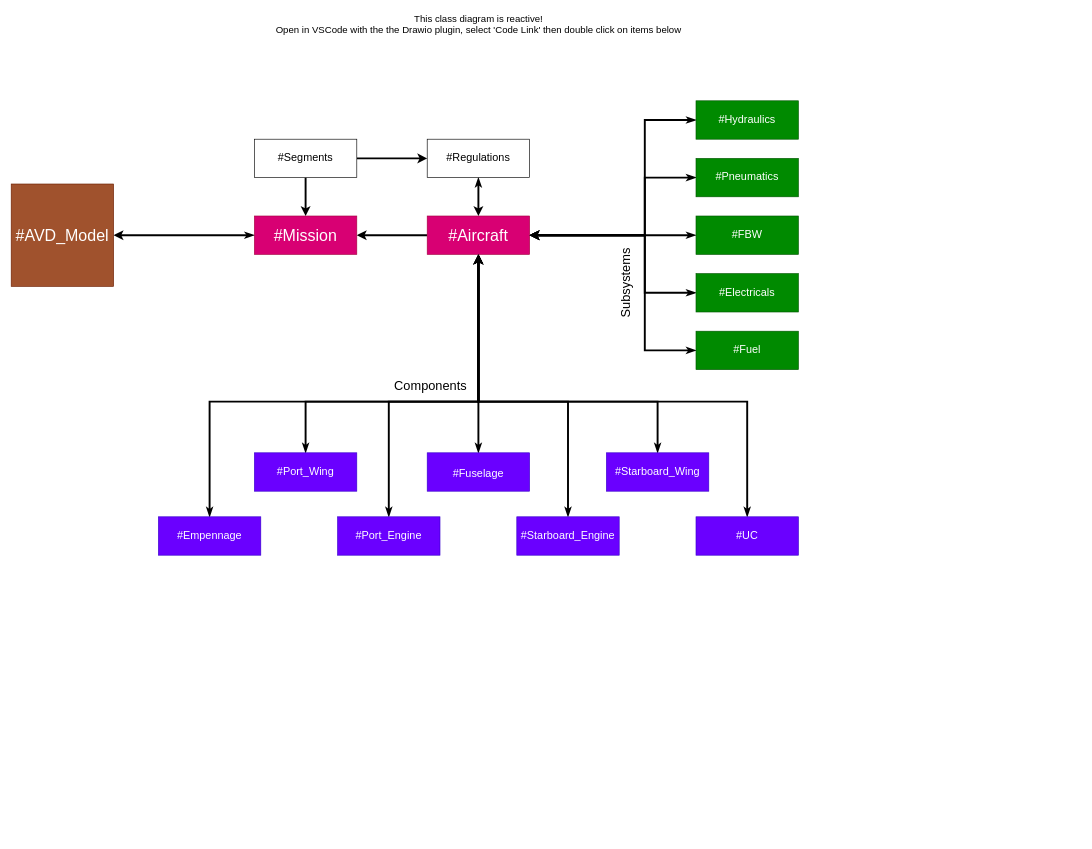
This is pyavd/Models/Outline.drawio from AVD-2021/PyAVD, a draw.io file, before an edit. Source tidied: cells renumbered, new cells numbered last; positions are measured from the earlier drawing's top-left corner, leaving out a move shared by most shapes. Both pictures are drawn from the tidied source at 64%, with x=0, y=0 at pixel (11, 11).
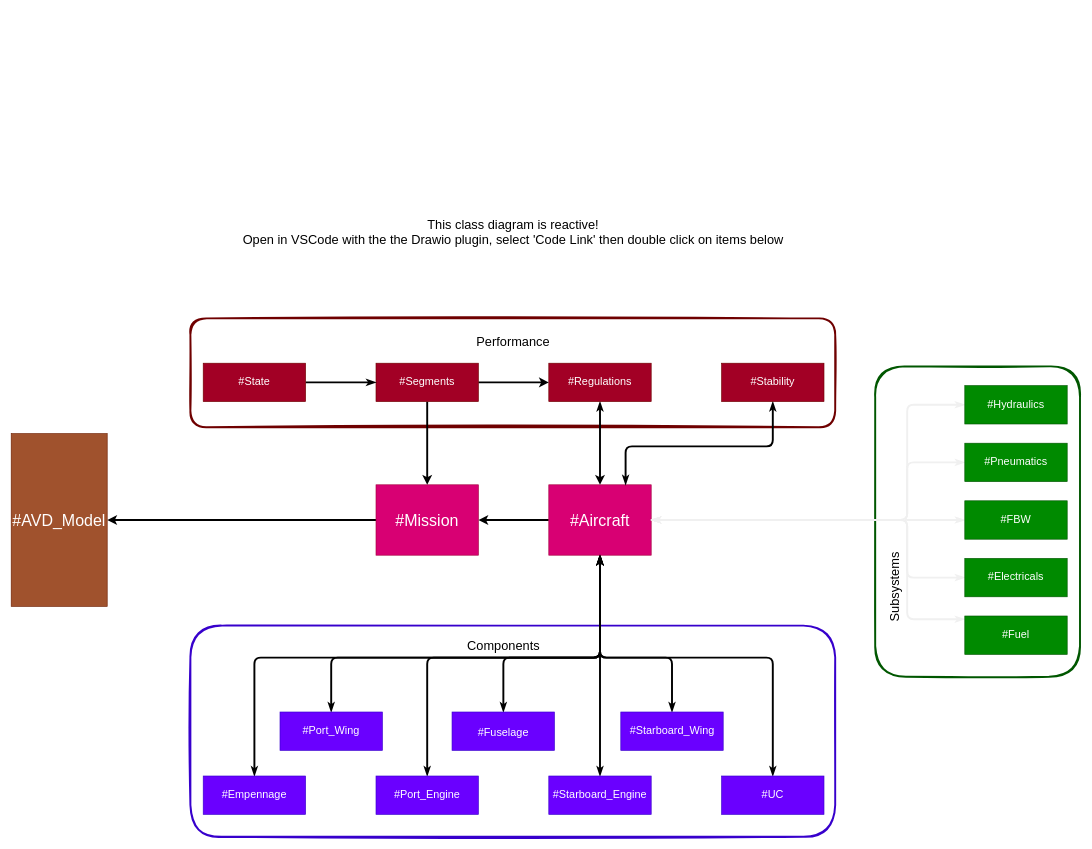
The same diagram, later.

Commit message (it also covers changes not shown here):
Outline completed

Change to the diagram source:
```diff
@@
+    <mxCell id="39" style="rounded=1;whiteSpace=wrap;html=1;sketch=1;fontSize=17;strokeWidth=3;strokeColor=#6F0000;fontColor=#ffffff;" parent="1" vertex="1">
+      <mxGeometry x="280" y="480" width="1007.5" height="170" as="geometry" />
+    </mxCell>
+    <mxCell id="40" style="rounded=1;whiteSpace=wrap;html=1;sketch=1;fontSize=17;strokeWidth=3;strokeColor=#005700;fontColor=#ffffff;" parent="1" vertex="1">
+      <mxGeometry x="1350" y="555" width="320" height="485" as="geometry" />
+    </mxCell>
+    <mxCell id="41" style="rounded=1;whiteSpace=wrap;html=1;sketch=1;fontSize=17;strokeWidth=3;strokeColor=#3700CC;fontColor=#ffffff;" parent="1" vertex="1">
+      <mxGeometry x="280" y="960" width="1007.5" height="330" as="geometry" />
+    </mxCell>
@@
+    <mxCell id="42" style="edgeStyle=orthogonalEdgeStyle;rounded=1;jettySize=auto;html=1;fontSize=20;startArrow=classicThin;startFill=1;endArrow=classicThin;endFill=1;strokeWidth=3;" parent="1" edge="1" source="3" target="14">
+      <mxGeometry relative="1" as="geometry">
+        <Array as="points">
+          <mxPoint x="920" y="1010" />
+          <mxPoint x="769" y="1010" />
+        </Array>
+      </mxGeometry>
+    </mxCell>
+    <mxCell id="43" style="edgeStyle=orthogonalEdgeStyle;rounded=1;jettySize=auto;html=1;entryX=0.5;entryY=0;entryDx=0;entryDy=0;fontSize=20;startArrow=classicThin;startFill=1;endArrow=classicThin;endFill=1;strokeWidth=3;" parent="1" edge="1" source="3" target="16">
+      <mxGeometry relative="1" as="geometry">
+        <Array as="points">
+          <mxPoint x="920" y="1010" />
+          <mxPoint x="500" y="1010" />
+        </Array>
+      </mxGeometry>
+    </mxCell>
+    <mxCell id="44" style="edgeStyle=orthogonalEdgeStyle;rounded=1;jettySize=auto;html=1;entryX=0.5;entryY=0;entryDx=0;entryDy=0;fontSize=20;startArrow=classicThin;startFill=1;endArrow=classicThin;endFill=1;strokeWidth=3;" parent="1" edge="1" source="3" target="18">
+      <mxGeometry relative="1" as="geometry">
+        <Array as="points">
+          <mxPoint x="920" y="1010" />
+          <mxPoint x="1032" y="1010" />
+        </Array>
+      </mxGeometry>
+    </mxCell>
+    <mxCell id="45" style="edgeStyle=orthogonalEdgeStyle;rounded=1;jettySize=auto;html=1;entryX=0.5;entryY=0;entryDx=0;entryDy=0;fontSize=20;startArrow=classicThin;startFill=1;endArrow=classicThin;endFill=1;strokeWidth=3;" parent="1" edge="1" source="3" target="26">
+      <mxGeometry relative="1" as="geometry">
+        <Array as="points">
+          <mxPoint x="920" y="1010" />
+          <mxPoint x="1190" y="1010" />
+        </Array>
+      </mxGeometry>
+    </mxCell>
+    <mxCell id="46" style="edgeStyle=orthogonalEdgeStyle;rounded=1;jettySize=auto;html=1;entryX=0.5;entryY=0;entryDx=0;entryDy=0;fontSize=20;startArrow=classicThin;startFill=1;endArrow=classicThin;endFill=1;strokeWidth=3;" parent="1" edge="1" source="3" target="22">
+      <mxGeometry relative="1" as="geometry" />
+    </mxCell>
+    <mxCell id="47" style="edgeStyle=orthogonalEdgeStyle;rounded=1;jettySize=auto;html=1;entryX=0.5;entryY=0;entryDx=0;entryDy=0;fontSize=20;startArrow=classicThin;startFill=1;endArrow=classicThin;endFill=1;strokeWidth=3;" parent="1" edge="1" source="3" target="24">
+      <mxGeometry relative="1" as="geometry">
+        <Array as="points">
+          <mxPoint x="920" y="1010" />
+          <mxPoint x="380" y="1010" />
+        </Array>
+      </mxGeometry>
+    </mxCell>
+    <mxCell id="48" style="edgeStyle=orthogonalEdgeStyle;rounded=1;jettySize=auto;html=1;entryX=0;entryY=0.5;entryDx=0;entryDy=0;fontSize=20;startArrow=classicThin;startFill=1;endArrow=classicThin;endFill=1;strokeColor=#f0f0f0;strokeWidth=3;" parent="1" edge="1" source="3" target="32">
+      <mxGeometry relative="1" as="geometry">
+        <Array as="points">
+          <mxPoint x="1400" y="795" />
+          <mxPoint x="1400" y="615" />
+        </Array>
+      </mxGeometry>
+    </mxCell>
     <mxCell id="3" value="#Aircraft" style="whiteSpace=wrap;html=1;fontSize=25;fillColor=#d80073;strokeColor=#A50040;fontColor=#ffffff;" parent="1" vertex="1">
-      <mxGeometry x="650" y="320" width="160" height="60" as="geometry" />
+      <mxGeometry x="840" y="740" width="160" height="110" as="geometry" />
     </mxCell>
-    <mxCell id="4" value="&lt;font style=&quot;font-size: 15px&quot;&gt;This class diagram is reactive!&lt;br&gt;Open in VSCode with the the Drawio plugin, select 'Code Link' then double click on items below&lt;/font&gt;" style="text;html=1;align=center;verticalAlign=middle;strokeColor=none;" parent="1" vertex="1">
-      <mxGeometry x="405" width="650" height="40" as="geometry" />
+    <mxCell id="4" value="&lt;font style=&quot;font-size: 20px;&quot;&gt;This class diagram is reactive!&lt;br style=&quot;font-size: 20px;&quot;&gt;Open in VSCode with the the Drawio plugin, select 'Code Link' then double click on items below&lt;/font&gt;" style="text;html=1;align=center;verticalAlign=middle;strokeColor=none;fontSize=20;" parent="1" vertex="1">
+      <mxGeometry x="353.8" y="320" width="860" height="50" as="geometry" />
     </mxCell>
-    <mxCell id="5" style="edgeStyle=orthogonalEdgeStyle;rounded=0;jettySize=auto;html=1;startArrow=classicThin;startFill=1;strokeWidth=3;" parent="1" edge="1" source="6" target="9">
+    <mxCell id="5" style="edgeStyle=orthogonalEdgeStyle;rounded=0;jettySize=auto;html=1;startArrow=none;startFill=0;strokeWidth=3;" parent="1" edge="1" source="6" target="9">
       <mxGeometry relative="1" as="geometry" />
     </mxCell>
     <mxCell id="6" value="#Mission" style="whiteSpace=wrap;html=1;fontSize=25;fillColor=#d80073;strokeColor=#A50040;fontColor=#ffffff;" parent="1" vertex="1">
-      <mxGeometry x="380" y="320" width="160" height="60" as="geometry" />
+      <mxGeometry x="570" y="740" width="160" height="110" as="geometry" />
     </mxCell>
-    <mxCell id="7" style="edgeStyle=orthogonalEdgeStyle;rounded=0;jettySize=auto;html=1;startArrow=classicThin;startFill=1;strokeWidth=3;" parent="1" edge="1" source="8" target="3">
+    <mxCell id="7" style="edgeStyle=orthogonalEdgeStyle;rounded=1;jettySize=auto;html=1;startArrow=classicThin;startFill=1;strokeWidth=3;" parent="1" edge="1" source="8" target="3">
       <mxGeometry relative="1" as="geometry" />
     </mxCell>
-    <mxCell id="8" value="#Regulations" style="whiteSpace=wrap;html=1;fontSize=17;" parent="1" vertex="1">
-      <mxGeometry x="650" y="200" width="160" height="60" as="geometry" />
+    <mxCell id="8" value="#Regulations" style="whiteSpace=wrap;html=1;fontSize=17;fillColor=#a20025;strokeColor=#6F0000;fontColor=#ffffff;" parent="1" vertex="1">
+      <mxGeometry x="840" y="550" width="160" height="60" as="geometry" />
     </mxCell>
     <mxCell id="9" value="#AVD_Model" style="whiteSpace=wrap;html=1;fontSize=25;fillColor=#a0522d;strokeColor=#6D1F00;fontColor=#ffffff;sketch=0;" parent="1" vertex="1">
-      <mxGeometry y="270" width="160" height="160" as="geometry" />
+      <mxGeometry y="660" width="150" height="270" as="geometry" />
     </mxCell>
-    <mxCell id="10" style="edgeStyle=orthogonalEdgeStyle;rounded=0;jettySize=auto;html=1;strokeWidth=3;" parent="1" edge="1" source="12" target="6">
+    <mxCell id="10" style="edgeStyle=orthogonalEdgeStyle;rounded=1;jettySize=auto;html=1;strokeWidth=3;" parent="1" edge="1" source="12" target="6">
       <mxGeometry relative="1" as="geometry" />
     </mxCell>
@@
-    <mxCell id="12" value="#Segments" style="whiteSpace=wrap;html=1;fontSize=17;" parent="1" vertex="1">
-      <mxGeometry x="380" y="200" width="160" height="60" as="geometry" />
+    <mxCell id="12" value="#Segments" style="whiteSpace=wrap;html=1;fontSize=17;fillColor=#a20025;strokeColor=#6F0000;fontColor=#ffffff;" parent="1" vertex="1">
+      <mxGeometry x="570" y="550" width="160" height="60" as="geometry" />
     </mxCell>
-    <mxCell id="13" style="edgeStyle=orthogonalEdgeStyle;rounded=0;jettySize=auto;html=1;fontSize=17;startArrow=classicThin;startFill=1;strokeWidth=3;" parent="1" edge="1" source="14" target="3">
-      <mxGeometry relative="1" as="geometry" />
-    </mxCell>
     <mxCell id="14" value="&lt;font style=&quot;font-size: 17px&quot;&gt;#Fuselage&lt;/font&gt;" style="whiteSpace=wrap;html=1;fontSize=21;fillColor=#6a00ff;strokeColor=#3700CC;fontColor=#ffffff;" parent="1" vertex="1">
-      <mxGeometry x="650" y="690" width="160" height="60" as="geometry" />
+      <mxGeometry x="688.8" y="1095" width="160" height="60" as="geometry" />
     </mxCell>
-    <mxCell id="15" style="edgeStyle=orthogonalEdgeStyle;rounded=0;jettySize=auto;html=1;fontSize=17;startArrow=classicThin;startFill=1;strokeWidth=3;" parent="1" edge="1" source="16" target="3">
-      <mxGeometry relative="1" as="geometry">
-        <Array as="points">
-          <mxPoint x="460" y="610" />
-          <mxPoint x="730" y="610" />
-        </Array>
-      </mxGeometry>
-    </mxCell>
     <mxCell id="16" value="#Port_Wing" style="whiteSpace=wrap;html=1;fontSize=17;fillColor=#6a00ff;strokeColor=#3700CC;fontColor=#ffffff;" parent="1" vertex="1">
-      <mxGeometry x="380" y="690" width="160" height="60" as="geometry" />
+      <mxGeometry x="420" y="1095" width="160" height="60" as="geometry" />
     </mxCell>
-    <mxCell id="17" style="edgeStyle=orthogonalEdgeStyle;rounded=0;jettySize=auto;html=1;fontSize=17;startArrow=classicThin;startFill=1;strokeWidth=3;" parent="1" edge="1" source="18" target="3">
-      <mxGeometry relative="1" as="geometry">
-        <Array as="points">
-          <mxPoint x="1010" y="610" />
-          <mxPoint x="730" y="610" />
-        </Array>
-      </mxGeometry>
-    </mxCell>
     <mxCell id="18" value="#Starboard_Wing" style="whiteSpace=wrap;html=1;fontSize=17;fillColor=#6a00ff;strokeColor=#3700CC;fontColor=#ffffff;" parent="1" vertex="1">
-      <mxGeometry x="930" y="690" width="160" height="60" as="geometry" />
+      <mxGeometry x="952.5" y="1095" width="160" height="60" as="geometry" />
     </mxCell>
-    <mxCell id="19" style="edgeStyle=orthogonalEdgeStyle;rounded=0;jettySize=auto;html=1;entryX=0.5;entryY=1;entryDx=0;entryDy=0;fontSize=17;startArrow=classicThin;startFill=1;exitX=0.5;exitY=0;exitDx=0;exitDy=0;strokeWidth=3;" parent="1" edge="1" source="20" target="3">
+    <mxCell id="19" style="edgeStyle=orthogonalEdgeStyle;rounded=1;jettySize=auto;html=1;entryX=0.5;entryY=1;entryDx=0;entryDy=0;fontSize=20;startArrow=classicThin;startFill=1;endArrow=classicThin;endFill=1;strokeWidth=3;exitX=0.5;exitY=0;exitDx=0;exitDy=0;" parent="1" edge="1" source="20" target="3">
       <mxGeometry relative="1" as="geometry">
         <Array as="points">
-          <mxPoint x="590" y="610" />
-          <mxPoint x="730" y="610" />
+          <mxPoint x="650" y="1010" />
+          <mxPoint x="920" y="1010" />
         </Array>
       </mxGeometry>
     </mxCell>
     <mxCell id="20" value="#Port_Engine" style="whiteSpace=wrap;html=1;fontSize=17;fillColor=#6a00ff;strokeColor=#3700CC;fontColor=#ffffff;" parent="1" vertex="1">
-      <mxGeometry x="510" y="790" width="160" height="60" as="geometry" />
+      <mxGeometry x="570" y="1195" width="160" height="60" as="geometry" />
     </mxCell>
-    <mxCell id="21" style="edgeStyle=orthogonalEdgeStyle;rounded=0;jettySize=auto;html=1;fontSize=17;startArrow=classicThin;startFill=1;strokeWidth=3;" parent="1" edge="1" source="22" target="3">
-      <mxGeometry relative="1" as="geometry">
-        <Array as="points">
-          <mxPoint x="870" y="610" />
-          <mxPoint x="730" y="610" />
-        </Array>
-      </mxGeometry>
-    </mxCell>
     <mxCell id="22" value="#Starboard_Engine" style="whiteSpace=wrap;html=1;fontSize=17;fillColor=#6a00ff;strokeColor=#3700CC;fontColor=#ffffff;" parent="1" vertex="1">
-      <mxGeometry x="790" y="790" width="160" height="60" as="geometry" />
+      <mxGeometry x="840" y="1195" width="160" height="60" as="geometry" />
     </mxCell>
-    <mxCell id="23" style="edgeStyle=orthogonalEdgeStyle;rounded=0;jettySize=auto;html=1;fontSize=17;startArrow=classicThin;startFill=1;exitX=0.5;exitY=0;exitDx=0;exitDy=0;strokeWidth=3;" parent="1" edge="1" source="24" target="3">
-      <mxGeometry relative="1" as="geometry">
-        <Array as="points">
-          <mxPoint x="310" y="610" />
-          <mxPoint x="730" y="610" />
-        </Array>
-      </mxGeometry>
-    </mxCell>
     <mxCell id="24" value="#Empennage" style="whiteSpace=wrap;html=1;fontSize=17;fillColor=#6a00ff;strokeColor=#3700CC;fontColor=#ffffff;" parent="1" vertex="1">
-      <mxGeometry x="230" y="790" width="160" height="60" as="geometry" />
+      <mxGeometry x="300" y="1195" width="160" height="60" as="geometry" />
     </mxCell>
-    <mxCell id="25" style="edgeStyle=orthogonalEdgeStyle;rounded=0;jettySize=auto;html=1;entryX=0.5;entryY=1;entryDx=0;entryDy=0;fontSize=17;startArrow=classicThin;startFill=1;exitX=0.5;exitY=0;exitDx=0;exitDy=0;strokeWidth=3;" parent="1" edge="1" source="26" target="3">
-      <mxGeometry relative="1" as="geometry">
-        <Array as="points">
-          <mxPoint x="1150" y="610" />
-          <mxPoint x="730" y="610" />
-        </Array>
-      </mxGeometry>
-    </mxCell>
     <mxCell id="26" value="#UC" style="whiteSpace=wrap;html=1;fontSize=17;fillColor=#6a00ff;strokeColor=#3700CC;fontColor=#ffffff;" parent="1" vertex="1">
-      <mxGeometry x="1070" y="790" width="160" height="60" as="geometry" />
+      <mxGeometry x="1110" y="1195" width="160" height="60" as="geometry" />
     </mxCell>
-    <mxCell id="27" style="edgeStyle=orthogonalEdgeStyle;rounded=0;jettySize=auto;html=1;entryX=1;entryY=0.5;entryDx=0;entryDy=0;fontSize=20;startArrow=classicThin;startFill=1;strokeWidth=3;" parent="1" edge="1" source="28" target="3">
+    <mxCell id="27" style="edgeStyle=orthogonalEdgeStyle;rounded=1;jettySize=auto;html=1;entryX=1;entryY=0.5;entryDx=0;entryDy=0;fontSize=20;startArrow=classicThin;startFill=1;endArrow=classicThin;endFill=1;strokeColor=#f0f0f0;strokeWidth=3;exitX=0;exitY=0.5;exitDx=0;exitDy=0;" parent="1" edge="1" source="28" target="3">
       <mxGeometry relative="1" as="geometry">
         <Array as="points">
-          <mxPoint x="990" y="260" />
-          <mxPoint x="990" y="350" />
+          <mxPoint x="1400" y="705" />
+          <mxPoint x="1400" y="795" />
         </Array>
       </mxGeometry>
     </mxCell>
     <mxCell id="28" value="#Pneumatics" style="whiteSpace=wrap;html=1;fontSize=17;fillColor=#008a00;strokeColor=#005700;fontColor=#ffffff;" parent="1" vertex="1">
-      <mxGeometry x="1070" y="230" width="160" height="60" as="geometry" />
+      <mxGeometry x="1490" y="675" width="160" height="60" as="geometry" />
     </mxCell>
-    <mxCell id="29" style="edgeStyle=orthogonalEdgeStyle;rounded=0;jettySize=auto;html=1;entryX=1;entryY=0.5;entryDx=0;entryDy=0;fontSize=20;startArrow=classicThin;startFill=1;strokeWidth=3;" parent="1" edge="1" source="30" target="3">
-      <mxGeometry relative="1" as="geometry" />
+    <mxCell id="29" style="edgeStyle=orthogonalEdgeStyle;rounded=1;jettySize=auto;html=1;entryX=1;entryY=0.5;entryDx=0;entryDy=0;fontSize=20;startArrow=classicThin;startFill=1;endArrow=classicThin;endFill=1;strokeColor=#f0f0f0;strokeWidth=3;exitX=0;exitY=0.5;exitDx=0;exitDy=0;" parent="1" edge="1" source="30" target="3">
+      <mxGeometry relative="1" as="geometry">
+        <Array as="points">
+          <mxPoint x="1430" y="795" />
+          <mxPoint x="1430" y="795" />
+        </Array>
+      </mxGeometry>
     </mxCell>
     <mxCell id="30" value="#FBW" style="whiteSpace=wrap;html=1;fontSize=17;fillColor=#008a00;strokeColor=#005700;fontColor=#ffffff;" parent="1" vertex="1">
-      <mxGeometry x="1070" y="320" width="160" height="60" as="geometry" />
+      <mxGeometry x="1490" y="765" width="160" height="60" as="geometry" />
     </mxCell>
-    <mxCell id="31" style="edgeStyle=orthogonalEdgeStyle;rounded=0;jettySize=auto;html=1;entryX=1;entryY=0.5;entryDx=0;entryDy=0;fontSize=20;startArrow=classicThin;startFill=1;strokeWidth=3;" parent="1" edge="1" source="32" target="3">
-      <mxGeometry relative="1" as="geometry">
-        <Array as="points">
-          <mxPoint x="990" y="170" />
-          <mxPoint x="990" y="350" />
-        </Array>
-      </mxGeometry>
-    </mxCell>
     <mxCell id="32" value="#Hydraulics" style="whiteSpace=wrap;html=1;fontSize=17;fillColor=#008a00;strokeColor=#005700;fontColor=#ffffff;" parent="1" vertex="1">
-      <mxGeometry x="1070" y="140" width="160" height="60" as="geometry" />
+      <mxGeometry x="1490" y="585" width="160" height="60" as="geometry" />
     </mxCell>
-    <mxCell id="33" style="edgeStyle=orthogonalEdgeStyle;rounded=0;jettySize=auto;html=1;entryX=1;entryY=0.5;entryDx=0;entryDy=0;fontSize=20;startArrow=classicThin;startFill=1;strokeWidth=3;" parent="1" edge="1" source="34" target="3">
+    <mxCell id="33" style="edgeStyle=orthogonalEdgeStyle;rounded=1;jettySize=auto;html=1;entryX=1;entryY=0.5;entryDx=0;entryDy=0;fontSize=20;startArrow=classicThin;startFill=1;endArrow=classicThin;endFill=1;strokeColor=#f0f0f0;strokeWidth=3;" parent="1" edge="1" source="34" target="3">
       <mxGeometry relative="1" as="geometry">
         <Array as="points">
-          <mxPoint x="990" y="440" />
-          <mxPoint x="990" y="350" />
+          <mxPoint x="1400" y="885" />
+          <mxPoint x="1400" y="795" />
         </Array>
       </mxGeometry>
     </mxCell>
     <mxCell id="34" value="#Electricals" style="whiteSpace=wrap;html=1;fontSize=17;fillColor=#008a00;strokeColor=#005700;fontColor=#ffffff;" parent="1" vertex="1">
-      <mxGeometry x="1070" y="410" width="160" height="60" as="geometry" />
+      <mxGeometry x="1490" y="855" width="160" height="60" as="geometry" />
     </mxCell>
     <mxCell id="35" value="Components" style="text;html=1;align=center;verticalAlign=middle;strokeColor=none;fontSize=20;" parent="1" vertex="1">
-      <mxGeometry x="590" y="570" width="130" height="30" as="geometry" />
+      <mxGeometry x="703.8" y="975" width="130" height="30" as="geometry" />
     </mxCell>
-    <mxCell id="36" style="edgeStyle=orthogonalEdgeStyle;rounded=0;jettySize=auto;html=1;entryX=1;entryY=0.5;entryDx=0;entryDy=0;fontSize=20;startArrow=classicThin;startFill=1;strokeWidth=3;" parent="1" edge="1" source="37" target="3">
+    <mxCell id="36" style="edgeStyle=orthogonalEdgeStyle;rounded=1;jettySize=auto;html=1;entryX=1;entryY=0.5;entryDx=0;entryDy=0;fontSize=20;startArrow=classicThin;startFill=1;endArrow=classicThin;endFill=1;strokeColor=#f0f0f0;strokeWidth=3;" parent="1" edge="1" source="37" target="3">
       <mxGeometry relative="1" as="geometry">
         <Array as="points">
-          <mxPoint x="990" y="530" />
-          <mxPoint x="990" y="350" />
+          <mxPoint x="1400" y="950" />
+          <mxPoint x="1400" y="795" />
         </Array>
       </mxGeometry>
     </mxCell>
     <mxCell id="37" value="#Fuel" style="whiteSpace=wrap;html=1;fontSize=17;fillColor=#008a00;strokeColor=#005700;fontColor=#ffffff;" parent="1" vertex="1">
-      <mxGeometry x="1070" y="500" width="160" height="60" as="geometry" />
+      <mxGeometry x="1490" y="945" width="160" height="60" as="geometry" />
     </mxCell>
     <mxCell id="38" value="Subsystems" style="text;html=1;align=center;verticalAlign=middle;strokeColor=none;fontSize=20;rotation=-90;" parent="1" vertex="1">
-      <mxGeometry x="900" y="410" width="120" height="30" as="geometry" />
+      <mxGeometry x="1320" y="885" width="120" height="30" as="geometry" />
     </mxCell>
+    <mxCell id="49" style="edgeStyle=orthogonalEdgeStyle;rounded=1;jettySize=auto;html=1;entryX=0.75;entryY=0;entryDx=0;entryDy=0;fontSize=17;startArrow=classicThin;startFill=1;endArrow=classicThin;endFill=1;strokeWidth=3;" parent="1" edge="1" source="50" target="3">
+      <mxGeometry relative="1" as="geometry">
+        <Array as="points">
+          <mxPoint x="1190" y="680" />
+          <mxPoint x="960" y="680" />
+        </Array>
+      </mxGeometry>
+    </mxCell>
+    <mxCell id="50" value="#Stability" style="whiteSpace=wrap;html=1;fontSize=17;fillColor=#a20025;strokeColor=#6F0000;fontColor=#ffffff;" parent="1" vertex="1">
+      <mxGeometry x="1110" y="550" width="160" height="60" as="geometry" />
+    </mxCell>
+    <mxCell id="51" value="Performance" style="text;html=1;align=center;verticalAlign=middle;strokeColor=none;fontSize=20;" parent="1" vertex="1">
+      <mxGeometry x="718.8" y="500" width="130" height="30" as="geometry" />
+    </mxCell>
+    <mxCell id="52" style="edgeStyle=orthogonalEdgeStyle;rounded=0;jettySize=auto;html=1;entryX=0;entryY=0.5;entryDx=0;entryDy=0;fontSize=20;startArrow=none;startFill=0;endArrow=classicThin;endFill=1;strokeWidth=3;" parent="1" edge="1" source="53" target="12">
+      <mxGeometry relative="1" as="geometry" />
+    </mxCell>
+    <mxCell id="53" value="#State" style="whiteSpace=wrap;html=1;fontSize=17;fillColor=#a20025;strokeColor=#6F0000;fontColor=#ffffff;" parent="1" vertex="1">
+      <mxGeometry x="300" y="550" width="160" height="60" as="geometry" />
+    </mxCell>
```
